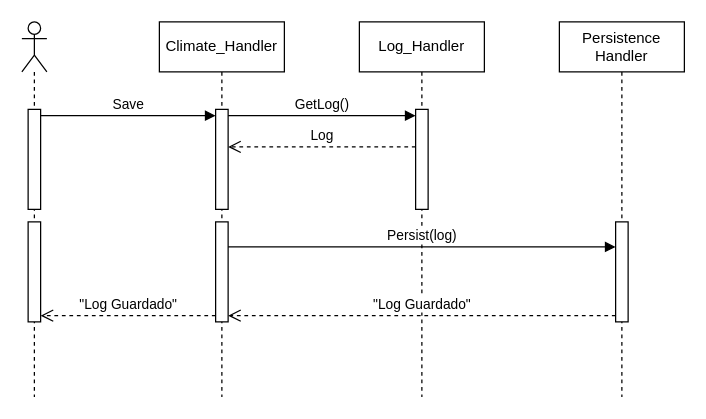
Earlier version of the draw.io diagram UML/FLow/Flow_Diagram_3.drawio (cirobrachetta/climate_handler). Source tidied: cells renumbered, new cells numbered last; positions are measured from the earlier drawing's top-left corner, leaving out a move shared by most shapes. Both pictures are drawn from the tidied source at 125%, with x=0, y=0 at pixel (21, 21).
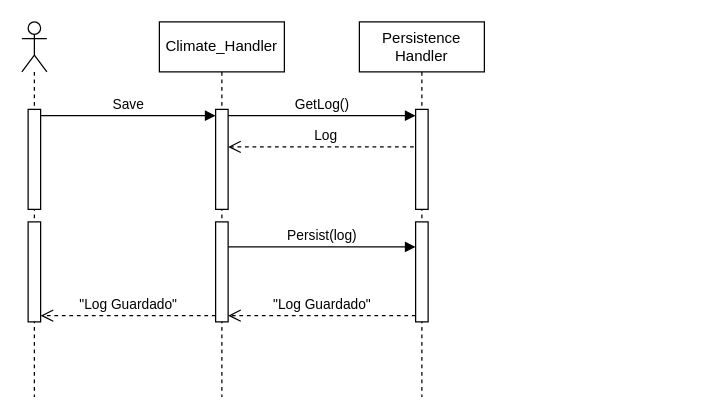
The same page after the edit.

What changed in the source:
```diff
@@
 <mxGraphModel>
   <root>
     <mxCell id="0" />
     <mxCell id="1" parent="0" />
     <mxCell id="2" style="shape=umlLifeline;perimeter=lifelinePerimeter;whiteSpace=wrap;html=1;newEdgeStyle={&quot;curved&quot;:0,&quot;rounded&quot;:0};participant=umlActor;" parent="1" vertex="1">
       <mxGeometry width="20" height="300" as="geometry" />
     </mxCell>
     <mxCell id="3" style="html=1;points=[[0,0,0,0,5],[0,1,0,0,-5],[1,0,0,0,5],[1,1,0,0,-5]];perimeter=orthogonalPerimeter;outlineConnect=0;targetShapes=umlLifeline;portConstraint=eastwest;newEdgeStyle={&quot;curved&quot;:0,&quot;rounded&quot;:0};" parent="2" vertex="1">
       <mxGeometry x="5" y="70" width="10" height="80" as="geometry" />
     </mxCell>
     <mxCell id="4" style="html=1;points=[[0,0,0,0,5],[0,1,0,0,-5],[1,0,0,0,5],[1,1,0,0,-5]];perimeter=orthogonalPerimeter;outlineConnect=0;targetShapes=umlLifeline;portConstraint=eastwest;newEdgeStyle={&quot;curved&quot;:0,&quot;rounded&quot;:0};" parent="2" vertex="1">
       <mxGeometry x="5" y="160" width="10" height="80" as="geometry" />
     </mxCell>
     <mxCell id="5" value="Climate_Handler" style="shape=umlLifeline;perimeter=lifelinePerimeter;whiteSpace=wrap;html=1;newEdgeStyle={&quot;curved&quot;:0,&quot;rounded&quot;:0};" parent="1" vertex="1">
       <mxGeometry x="110" width="100" height="300" as="geometry" />
     </mxCell>
     <mxCell id="6" style="html=1;points=[[0,0,0,0,5],[0,1,0,0,-5],[1,0,0,0,5],[1,1,0,0,-5]];perimeter=orthogonalPerimeter;outlineConnect=0;targetShapes=umlLifeline;portConstraint=eastwest;newEdgeStyle={&quot;curved&quot;:0,&quot;rounded&quot;:0};" parent="5" vertex="1">
       <mxGeometry x="45" y="70" width="10" height="80" as="geometry" />
     </mxCell>
     <mxCell id="7" style="html=1;points=[[0,0,0,0,5],[0,1,0,0,-5],[1,0,0,0,5],[1,1,0,0,-5]];perimeter=orthogonalPerimeter;outlineConnect=0;targetShapes=umlLifeline;portConstraint=eastwest;newEdgeStyle={&quot;curved&quot;:0,&quot;rounded&quot;:0};" parent="5" vertex="1">
       <mxGeometry x="45" y="160" width="10" height="80" as="geometry" />
     </mxCell>
     <mxCell id="8" value="Save" style="html=1;verticalAlign=bottom;endArrow=block;curved=0;rounded=0;exitX=1;exitY=0;exitDx=0;exitDy=5;exitPerimeter=0;entryX=0;entryY=0;entryDx=0;entryDy=5;entryPerimeter=0;" parent="1" edge="1" source="3" target="6">
       <mxGeometry relative="1" as="geometry" />
     </mxCell>
-    <mxCell id="9" value="Log_Handler" style="shape=umlLifeline;perimeter=lifelinePerimeter;whiteSpace=wrap;html=1;newEdgeStyle={&quot;curved&quot;:0,&quot;rounded&quot;:0};" parent="1" vertex="1">
-      <mxGeometry x="270" width="100" height="300" as="geometry" />
-    </mxCell>
-    <mxCell id="10" style="html=1;points=[[0,0,0,0,5],[0,1,0,0,-5],[1,0,0,0,5],[1,1,0,0,-5]];perimeter=orthogonalPerimeter;outlineConnect=0;targetShapes=umlLifeline;portConstraint=eastwest;newEdgeStyle={&quot;curved&quot;:0,&quot;rounded&quot;:0};" parent="9" vertex="1">
-      <mxGeometry x="45" y="70" width="10" height="80" as="geometry" />
-    </mxCell>
     <mxCell id="11" value="GetLog()" style="html=1;verticalAlign=bottom;endArrow=block;curved=0;rounded=0;exitX=1;exitY=0;exitDx=0;exitDy=5;exitPerimeter=0;entryX=0;entryY=0;entryDx=0;entryDy=5;entryPerimeter=0;" parent="1" edge="1" source="6" target="10">
       <mxGeometry relative="1" as="geometry" />
     </mxCell>
-    <mxCell id="12" value="Log" style="html=1;verticalAlign=bottom;endArrow=open;dashed=1;endSize=8;curved=0;rounded=0;exitX=0;exitY=1;exitDx=0;exitDy=-5;exitPerimeter=0;entryX=1;entryY=1;entryDx=0;entryDy=-5;entryPerimeter=0;" parent="1" edge="1">
+    <mxCell id="12" value="Log" style="html=1;verticalAlign=bottom;endArrow=open;dashed=1;endSize=8;curved=0;rounded=0;entryX=1;entryY=1;entryDx=0;entryDy=-5;entryPerimeter=0;" parent="1" edge="1" source="13">
       <mxGeometry relative="1" as="geometry">
-        <mxPoint x="315" y="100" as="sourcePoint" />
         <mxPoint x="165" y="100" as="targetPoint" />
       </mxGeometry>
     </mxCell>
     <mxCell id="13" value="Persistence&lt;div&gt;Handler&lt;/div&gt;" style="shape=umlLifeline;perimeter=lifelinePerimeter;whiteSpace=wrap;html=1;outlineConnect=0;portConstraint=eastwest;newEdgeStyle={&quot;curved&quot;:0,&quot;rounded&quot;:0};" parent="1" vertex="1">
-      <mxGeometry x="430" width="100" height="300" as="geometry" />
+      <mxGeometry x="270" width="100" height="300" as="geometry" />
     </mxCell>
     <mxCell id="14" style="html=1;points=[[0,0,0,0,5],[0,1,0,0,-5],[1,0,0,0,5],[1,1,0,0,-5]];perimeter=orthogonalPerimeter;outlineConnect=0;targetShapes=umlLifeline;portConstraint=eastwest;newEdgeStyle={&quot;curved&quot;:0,&quot;rounded&quot;:0};" parent="13" vertex="1">
       <mxGeometry x="45" y="160" width="10" height="80" as="geometry" />
     </mxCell>
+    <mxCell id="10" style="html=1;points=[[0,0,0,0,5],[0,1,0,0,-5],[1,0,0,0,5],[1,1,0,0,-5]];perimeter=orthogonalPerimeter;outlineConnect=0;targetShapes=umlLifeline;portConstraint=eastwest;newEdgeStyle={&quot;curved&quot;:0,&quot;rounded&quot;:0};" parent="13" vertex="1">
+      <mxGeometry x="45" y="70" width="10" height="80" as="geometry" />
+    </mxCell>
-    <mxCell id="15" value="Persist(log)" style="html=1;verticalAlign=bottom;endArrow=block;curved=0;rounded=0;exitX=1;exitY=0;exitDx=0;exitDy=5;exitPerimeter=0;entryX=0;entryY=0;entryDx=0;entryDy=5;entryPerimeter=0;" parent="1" edge="1">
+    <mxCell id="15" value="Persist(log)" style="html=1;verticalAlign=bottom;endArrow=block;curved=0;rounded=0;exitX=1;exitY=0;exitDx=0;exitDy=5;exitPerimeter=0;" parent="1" edge="1" target="14">
       <mxGeometry relative="1" as="geometry">
         <mxPoint x="165" y="180" as="sourcePoint" />
-        <mxPoint x="475" y="180" as="targetPoint" />
       </mxGeometry>
     </mxCell>
     <mxCell id="16" value="&quot;Log Guardado&quot;" style="html=1;verticalAlign=bottom;endArrow=open;dashed=1;endSize=8;curved=0;rounded=0;exitX=0;exitY=1;exitDx=0;exitDy=-5;exitPerimeter=0;entryX=1;entryY=1;entryDx=0;entryDy=-5;entryPerimeter=0;" parent="1" edge="1" source="14" target="7">
       <mxGeometry relative="1" as="geometry" />
     </mxCell>
     <mxCell id="17" value="&quot;Log Guardado&quot;" style="html=1;verticalAlign=bottom;endArrow=open;dashed=1;endSize=8;curved=0;rounded=0;exitX=0;exitY=1;exitDx=0;exitDy=-5;exitPerimeter=0;entryX=1;entryY=1;entryDx=0;entryDy=-5;entryPerimeter=0;" parent="1" edge="1" source="7" target="4">
       <mxGeometry relative="1" as="geometry" />
     </mxCell>
   </root>
 </mxGraphModel>
```
